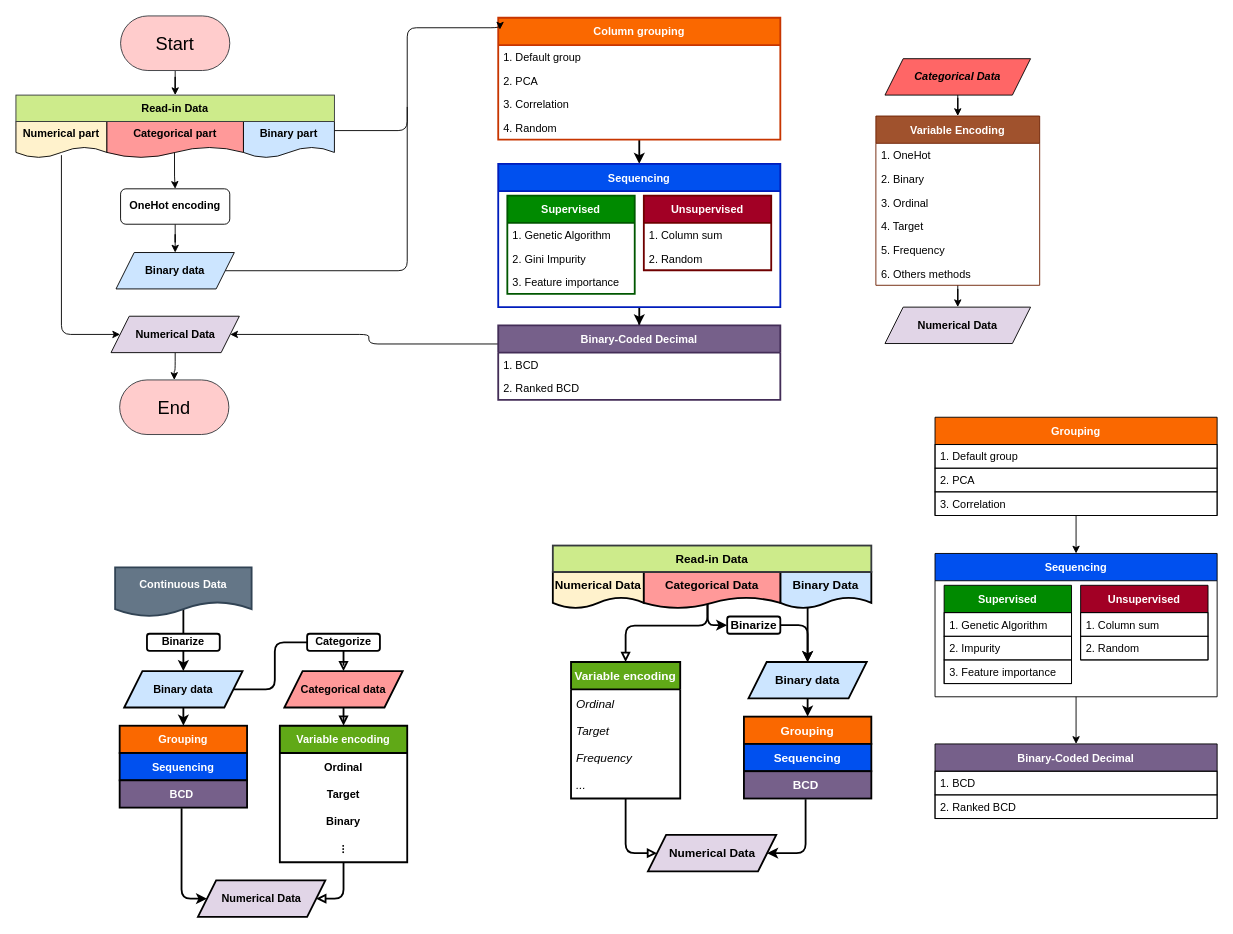
The draw.io diagram draw io/binary data encoding.drawio in R64825/NTUIIE-Research, before the edit. Source tidied: cells renumbered, new cells numbered last; positions are measured from the earlier drawing's top-left corner, leaving out a move shared by most shapes. Both pictures are drawn from the tidied source at 91%, with x=0, y=0 at pixel (15, 15).
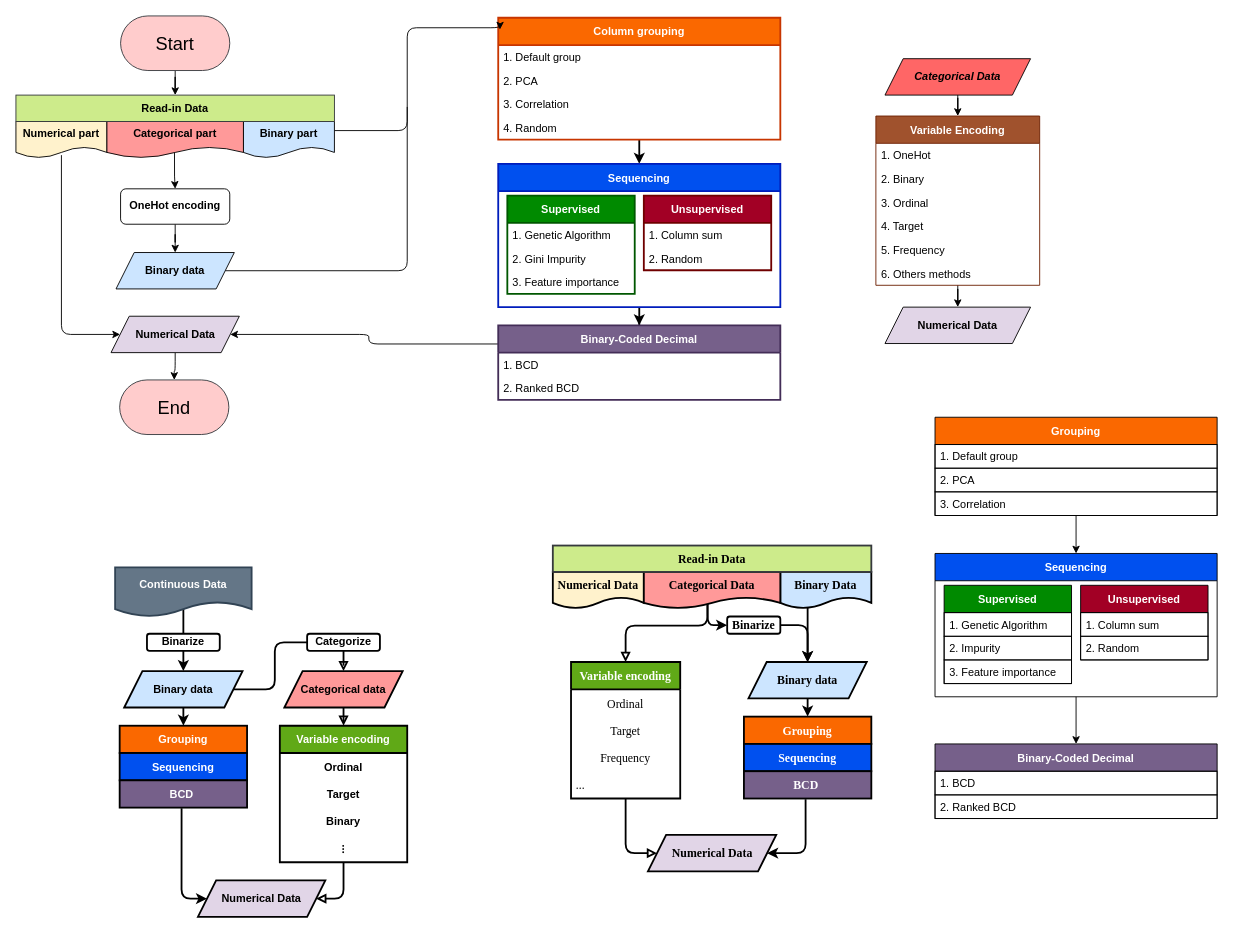
The same diagram, later.

What changed in the source:
```diff
@@
-    <mxCell id="70" value="&lt;b style=&quot;font-size: 13px;&quot;&gt;Numerical Data&lt;/b&gt;" style="shape=document;whiteSpace=wrap;html=1;boundedLbl=1;fontFamily=Helvetica;fontSize=13;fontColor=default;align=center;strokeColor=#000000;fillColor=#fff2cc;strokeWidth=2;" parent="1" vertex="1">
+    <mxCell id="70" value="&lt;b style=&quot;font-size: 13px;&quot;&gt;Numerical Data&lt;/b&gt;" style="shape=document;whiteSpace=wrap;html=1;boundedLbl=1;fontFamily=Times New Roman;fontSize=13;fontColor=default;align=center;strokeColor=#000000;fillColor=#fff2cc;strokeWidth=2;" parent="1" vertex="1">
       <mxGeometry x="590" y="611" width="100" height="40" as="geometry" />
     </mxCell>
-    <mxCell id="71" style="edgeStyle=orthogonalEdgeStyle;jettySize=auto;html=1;exitX=1;exitY=0.5;exitDx=0;exitDy=0;entryX=0.5;entryY=0;entryDx=0;entryDy=0;fontColor=#000000;strokeColor=#000000;strokeWidth=2;sketch=0;shadow=0;rounded=1;endArrow=classic;endFill=1;fontSize=13;" parent="1" edge="1" source="72" target="89">
+    <mxCell id="71" style="edgeStyle=orthogonalEdgeStyle;jettySize=auto;html=1;exitX=1;exitY=0.5;exitDx=0;exitDy=0;entryX=0.5;entryY=0;entryDx=0;entryDy=0;fontColor=#000000;strokeColor=#000000;strokeWidth=2;sketch=0;shadow=0;rounded=1;endArrow=classic;endFill=1;fontSize=13;fontFamily=Times New Roman;" parent="1" edge="1" source="72" target="89">
       <mxGeometry relative="1" as="geometry">
         <Array as="points">
           <mxPoint x="870" y="631" />
         </Array>
       </mxGeometry>
     </mxCell>
-    <mxCell id="72" value="&lt;b style=&quot;font-size: 13px;&quot;&gt;Binary Data&lt;/b&gt;" style="shape=document;whiteSpace=wrap;html=1;boundedLbl=1;fontFamily=Helvetica;fontSize=13;fontColor=default;align=center;strokeColor=default;fillColor=#cce5ff;strokeWidth=2;" parent="1" vertex="1">
+    <mxCell id="72" value="&lt;b style=&quot;font-size: 13px;&quot;&gt;Binary Data&lt;/b&gt;" style="shape=document;whiteSpace=wrap;html=1;boundedLbl=1;fontFamily=Times New Roman;fontSize=13;fontColor=default;align=center;strokeColor=default;fillColor=#cce5ff;strokeWidth=2;" parent="1" vertex="1">
       <mxGeometry x="840" y="611" width="100" height="40" as="geometry" />
     </mxCell>
-    <mxCell id="73" style="edgeStyle=orthogonalEdgeStyle;jettySize=auto;html=1;entryX=0.5;entryY=0;entryDx=0;entryDy=0;entryPerimeter=0;fontColor=#000000;startArrow=none;strokeColor=#000000;strokeWidth=2;sketch=0;shadow=0;rounded=1;endArrow=classic;endFill=1;fontSize=13;" parent="1" edge="1" source="89" target="78">
+    <mxCell id="73" style="edgeStyle=orthogonalEdgeStyle;jettySize=auto;html=1;entryX=0.5;entryY=0;entryDx=0;entryDy=0;entryPerimeter=0;fontColor=#000000;startArrow=none;strokeColor=#000000;strokeWidth=2;sketch=0;shadow=0;rounded=1;endArrow=classic;endFill=1;fontSize=13;fontFamily=Times New Roman;" parent="1" edge="1" source="89" target="78">
       <mxGeometry relative="1" as="geometry" />
     </mxCell>
-    <mxCell id="74" style="edgeStyle=orthogonalEdgeStyle;jettySize=auto;html=1;exitX=0.424;exitY=1.029;exitDx=0;exitDy=0;entryX=0.5;entryY=0;entryDx=0;entryDy=0;fontColor=#000000;strokeColor=#000000;strokeWidth=2;sketch=0;shadow=0;rounded=1;startArrow=none;startFill=0;endArrow=block;endFill=0;exitPerimeter=0;fontSize=13;" parent="1" edge="1" source="77" target="83">
+    <mxCell id="74" style="edgeStyle=orthogonalEdgeStyle;jettySize=auto;html=1;exitX=0.424;exitY=1.029;exitDx=0;exitDy=0;entryX=0.5;entryY=0;entryDx=0;entryDy=0;fontColor=#000000;strokeColor=#000000;strokeWidth=2;sketch=0;shadow=0;rounded=1;startArrow=none;startFill=0;endArrow=block;endFill=0;exitPerimeter=0;fontSize=13;fontFamily=Times New Roman;" parent="1" edge="1" source="77" target="83">
       <mxGeometry relative="1" as="geometry">
         <Array as="points">
           <mxPoint x="760" y="612" />
           <mxPoint x="760" y="670" />
           <mxPoint x="670" y="670" />
         </Array>
       </mxGeometry>
     </mxCell>
-    <mxCell id="75" style="edgeStyle=orthogonalEdgeStyle;rounded=1;sketch=0;jettySize=auto;html=1;exitX=0.75;exitY=0;exitDx=0;exitDy=0;entryX=0;entryY=0.5;entryDx=0;entryDy=0;shadow=0;labelBorderColor=default;strokeColor=#000000;strokeWidth=2;fontSize=13;fontColor=#000000;startArrow=none;startFill=0;endArrow=classic;endFill=1;" parent="1" edge="1" source="76" target="91">
+    <mxCell id="75" style="edgeStyle=orthogonalEdgeStyle;rounded=1;sketch=0;jettySize=auto;html=1;exitX=0.75;exitY=0;exitDx=0;exitDy=0;entryX=0;entryY=0.5;entryDx=0;entryDy=0;shadow=0;labelBorderColor=default;strokeColor=#000000;strokeWidth=2;fontSize=13;fontColor=#000000;startArrow=none;startFill=0;endArrow=classic;endFill=1;fontFamily=Times New Roman;" parent="1" edge="1" source="76" target="91">
       <mxGeometry relative="1" as="geometry">
         <Array as="points">
           <mxPoint x="786" y="611" />
           <mxPoint x="760" y="610" />
           <mxPoint x="760" y="670" />
         </Array>
       </mxGeometry>
     </mxCell>
-    <mxCell id="76" value="&lt;b style=&quot;font-size: 13px;&quot;&gt;Categorical Data&lt;/b&gt;" style="shape=document;whiteSpace=wrap;html=1;boundedLbl=1;fontFamily=Helvetica;fontSize=13;align=center;strokeColor=#000000;fillColor=#FF9999;strokeWidth=2;" parent="1" vertex="1">
+    <mxCell id="76" value="&lt;b style=&quot;font-size: 13px;&quot;&gt;Categorical Data&lt;/b&gt;" style="shape=document;whiteSpace=wrap;html=1;boundedLbl=1;fontFamily=Times New Roman;fontSize=13;align=center;strokeColor=#000000;fillColor=#FF9999;strokeWidth=2;" parent="1" vertex="1">
       <mxGeometry x="690" y="611" width="150" height="40" as="geometry" />
     </mxCell>
-    <mxCell id="77" value="Read-in Data" style="rounded=0;whiteSpace=wrap;html=1;strokeColor=#36393d;fillColor=#cdeb8b;fontStyle=1;strokeWidth=2;fontSize=13;" parent="1" vertex="1">
+    <mxCell id="77" value="Read-in Data" style="rounded=0;whiteSpace=wrap;html=1;strokeColor=#36393d;fillColor=#cdeb8b;fontStyle=1;strokeWidth=2;fontSize=13;fontFamily=Times New Roman;" parent="1" vertex="1">
       <mxGeometry x="590" y="582" width="350" height="29" as="geometry" />
     </mxCell>
-    <mxCell id="78" value="Grouping" style="text;strokeColor=default;fillColor=#fa6800;align=center;verticalAlign=middle;spacingLeft=4;spacingRight=4;overflow=hidden;points=[[0,0.5],[1,0.5]];portConstraint=eastwest;fontColor=#FFFFFF;fontStyle=1;strokeWidth=2;fontSize=13;" parent="1" vertex="1">
+    <mxCell id="78" value="Grouping" style="text;strokeColor=default;fillColor=#fa6800;align=center;verticalAlign=middle;spacingLeft=4;spacingRight=4;overflow=hidden;points=[[0,0.5],[1,0.5]];portConstraint=eastwest;fontColor=#FFFFFF;fontStyle=1;strokeWidth=2;fontSize=13;fontFamily=Times New Roman;" parent="1" vertex="1">
       <mxGeometry x="800" y="770" width="140" height="30" as="geometry" />
     </mxCell>
-    <mxCell id="79" value="Sequencing" style="text;strokeColor=default;fillColor=#0050ef;align=center;verticalAlign=middle;spacingLeft=4;spacingRight=4;overflow=hidden;fontColor=#ffffff;fontStyle=1;strokeWidth=2;fontSize=13;" parent="1" vertex="1">
+    <mxCell id="79" value="Sequencing" style="text;strokeColor=default;fillColor=#0050ef;align=center;verticalAlign=middle;spacingLeft=4;spacingRight=4;overflow=hidden;fontColor=#ffffff;fontStyle=1;strokeWidth=2;fontSize=13;fontFamily=Times New Roman;" parent="1" vertex="1">
       <mxGeometry x="800" y="800" width="140" height="30" as="geometry" />
     </mxCell>
-    <mxCell id="80" value="BCD " style="text;strokeColor=default;fillColor=#76608a;align=center;verticalAlign=middle;spacingLeft=4;spacingRight=4;overflow=hidden;points=[[0,0.5],[1,0.5]];portConstraint=eastwest;fontColor=#ffffff;fontStyle=1;strokeWidth=2;fontSize=13;" parent="1" vertex="1">
+    <mxCell id="80" value="BCD " style="text;strokeColor=default;fillColor=#76608a;align=center;verticalAlign=middle;spacingLeft=4;spacingRight=4;overflow=hidden;points=[[0,0.5],[1,0.5]];portConstraint=eastwest;fontColor=#ffffff;fontStyle=1;strokeWidth=2;fontSize=13;fontFamily=Times New Roman;" parent="1" vertex="1">
       <mxGeometry x="800" y="830" width="140" height="30" as="geometry" />
     </mxCell>
-    <mxCell id="81" value="&lt;span style=&quot;text-align: left; font-size: 13px;&quot;&gt;&lt;span style=&quot;font-style: normal; font-size: 13px;&quot;&gt;Numerical Data&lt;/span&gt;&lt;/span&gt;" style="shape=parallelogram;perimeter=parallelogramPerimeter;whiteSpace=wrap;html=1;fixedSize=1;fillColor=#e1d5e7;fontStyle=3;strokeColor=#000000;strokeWidth=2;fontSize=13;" parent="1" vertex="1">
+    <mxCell id="81" value="&lt;span style=&quot;text-align: left; font-size: 13px;&quot;&gt;&lt;span style=&quot;font-style: normal; font-size: 13px;&quot;&gt;Numerical Data&lt;/span&gt;&lt;/span&gt;" style="shape=parallelogram;perimeter=parallelogramPerimeter;whiteSpace=wrap;html=1;fixedSize=1;fillColor=#e1d5e7;fontStyle=3;strokeColor=#000000;strokeWidth=2;fontSize=13;fontFamily=Times New Roman;" parent="1" vertex="1">
       <mxGeometry x="694.5" y="900" width="141" height="40" as="geometry" />
     </mxCell>
-    <mxCell id="82" style="edgeStyle=orthogonalEdgeStyle;jettySize=auto;html=1;fontColor=#000000;entryX=0;entryY=0.5;entryDx=0;entryDy=0;strokeColor=#000000;strokeWidth=2;sketch=0;shadow=0;rounded=1;startArrow=none;startFill=0;endArrow=block;endFill=0;fontSize=13;" parent="1" edge="1" source="83" target="81">
+    <mxCell id="82" style="edgeStyle=orthogonalEdgeStyle;jettySize=auto;html=1;fontColor=#000000;entryX=0;entryY=0.5;entryDx=0;entryDy=0;strokeColor=#000000;strokeWidth=2;sketch=0;shadow=0;rounded=1;startArrow=none;startFill=0;endArrow=block;endFill=0;fontSize=13;fontFamily=Times New Roman;" parent="1" edge="1" source="83" target="81">
       <mxGeometry relative="1" as="geometry">
         <Array as="points">
           <mxPoint x="670" y="920" />
         </Array>
       </mxGeometry>
     </mxCell>
-    <mxCell id="83" value="Variable encoding" style="swimlane;fontStyle=1;horizontal=1;startSize=30;fillColor=#60a917;fontColor=#ffffff;strokeColor=#000000;strokeWidth=2;fontSize=13;" parent="1" vertex="1">
+    <mxCell id="83" value="Variable encoding" style="swimlane;fontStyle=1;horizontal=1;startSize=30;fillColor=#60a917;fontColor=#ffffff;strokeColor=#000000;strokeWidth=2;fontSize=13;fontFamily=Times New Roman;" parent="1" vertex="1">
       <mxGeometry x="610" y="710" width="120" height="150" as="geometry" />
     </mxCell>
-    <mxCell id="84" value="Ordinal" style="text;strokeColor=none;fillColor=none;align=left;verticalAlign=middle;spacingLeft=4;spacingRight=4;overflow=hidden;fontColor=#000000;fontSize=13;fontStyle=2;strokeWidth=2;" parent="83" vertex="1">
+    <mxCell id="84" value="Ordinal" style="text;strokeColor=none;fillColor=none;align=center;verticalAlign=middle;spacingLeft=4;spacingRight=4;overflow=hidden;fontColor=#000000;fontSize=13;fontStyle=0;strokeWidth=2;fontFamily=Times New Roman;" parent="83" vertex="1">
       <mxGeometry y="30" width="120" height="30" as="geometry" />
     </mxCell>
-    <mxCell id="85" value="Target" style="text;strokeColor=none;fillColor=none;align=left;verticalAlign=middle;spacingLeft=4;spacingRight=4;overflow=hidden;fontColor=#000000;fontSize=13;fontStyle=2;strokeWidth=2;" parent="83" vertex="1">
+    <mxCell id="85" value="Target" style="text;strokeColor=none;fillColor=none;align=center;verticalAlign=middle;spacingLeft=4;spacingRight=4;overflow=hidden;fontColor=#000000;fontSize=13;fontStyle=0;strokeWidth=2;fontFamily=Times New Roman;" parent="83" vertex="1">
       <mxGeometry y="60" width="120" height="30" as="geometry" />
     </mxCell>
-    <mxCell id="86" value="Frequency" style="text;strokeColor=none;fillColor=none;align=left;verticalAlign=middle;spacingLeft=4;spacingRight=4;overflow=hidden;fontColor=#000000;fontSize=13;fontStyle=2;strokeWidth=2;" parent="83" vertex="1">
+    <mxCell id="86" value="Frequency" style="text;strokeColor=none;fillColor=none;align=center;verticalAlign=middle;spacingLeft=4;spacingRight=4;overflow=hidden;fontColor=#000000;fontSize=13;fontStyle=0;strokeWidth=2;fontFamily=Times New Roman;" parent="83" vertex="1">
       <mxGeometry y="90" width="120" height="30" as="geometry" />
     </mxCell>
-    <mxCell id="87" value="..." style="text;strokeColor=none;fillColor=none;align=left;verticalAlign=middle;spacingLeft=4;spacingRight=4;overflow=hidden;fontColor=#000000;fontSize=13;fontStyle=2;strokeWidth=2;" parent="83" vertex="1">
+    <mxCell id="87" value="..." style="text;strokeColor=none;fillColor=none;align=left;verticalAlign=middle;spacingLeft=4;spacingRight=4;overflow=hidden;fontColor=#000000;fontSize=13;fontStyle=2;strokeWidth=2;fontFamily=Times New Roman;" parent="83" vertex="1">
       <mxGeometry y="120" width="120" height="30" as="geometry" />
     </mxCell>
-    <mxCell id="88" style="edgeStyle=orthogonalEdgeStyle;jettySize=auto;html=1;entryX=1;entryY=0.5;entryDx=0;entryDy=0;fontColor=#000000;exitX=0.484;exitY=1.022;exitDx=0;exitDy=0;exitPerimeter=0;strokeColor=#000000;strokeWidth=2;sketch=0;shadow=0;rounded=1;endArrow=classic;endFill=1;fontSize=13;" parent="1" edge="1" source="80" target="81">
+    <mxCell id="88" style="edgeStyle=orthogonalEdgeStyle;jettySize=auto;html=1;entryX=1;entryY=0.5;entryDx=0;entryDy=0;fontColor=#000000;exitX=0.484;exitY=1.022;exitDx=0;exitDy=0;exitPerimeter=0;strokeColor=#000000;strokeWidth=2;sketch=0;shadow=0;rounded=1;endArrow=classic;endFill=1;fontSize=13;fontFamily=Times New Roman;" parent="1" edge="1" source="80" target="81">
       <mxGeometry relative="1" as="geometry">
         <Array as="points">
           <mxPoint x="868" y="920" />
         </Array>
       </mxGeometry>
     </mxCell>
-    <mxCell id="89" value="Binary data" style="shape=parallelogram;perimeter=parallelogramPerimeter;whiteSpace=wrap;html=1;fixedSize=1;fillColor=#cce5ff;fontStyle=1;strokeWidth=2;fontSize=13;" parent="1" vertex="1">
+    <mxCell id="89" value="Binary data" style="shape=parallelogram;perimeter=parallelogramPerimeter;whiteSpace=wrap;html=1;fixedSize=1;fillColor=#cce5ff;fontStyle=1;strokeWidth=2;fontSize=13;fontFamily=Times New Roman;" parent="1" vertex="1">
       <mxGeometry x="805" y="710" width="130" height="40" as="geometry" />
     </mxCell>
-    <mxCell id="90" style="edgeStyle=orthogonalEdgeStyle;rounded=1;sketch=0;jettySize=auto;html=1;entryX=0.5;entryY=0;entryDx=0;entryDy=0;shadow=0;labelBorderColor=default;strokeColor=#000000;strokeWidth=2;fontSize=13;fontColor=#000000;startArrow=none;startFill=0;endArrow=classic;endFill=1;" parent="1" edge="1" source="91" target="89">
+    <mxCell id="90" style="edgeStyle=orthogonalEdgeStyle;rounded=1;sketch=0;jettySize=auto;html=1;entryX=0.5;entryY=0;entryDx=0;entryDy=0;shadow=0;labelBorderColor=default;strokeColor=#000000;strokeWidth=2;fontSize=13;fontColor=#000000;startArrow=none;startFill=0;endArrow=classic;endFill=1;fontFamily=Times New Roman;" parent="1" edge="1" source="91" target="89">
       <mxGeometry relative="1" as="geometry">
         <Array as="points">
           <mxPoint x="870" y="669" />
         </Array>
       </mxGeometry>
     </mxCell>
-    <mxCell id="91" value="Binarize" style="rounded=1;whiteSpace=wrap;html=1;fontSize=13;glass=0;strokeWidth=2;shadow=0;fontStyle=1;" parent="1" vertex="1">
+    <mxCell id="91" value="Binarize" style="rounded=1;whiteSpace=wrap;html=1;fontSize=13;glass=0;strokeWidth=2;shadow=0;fontStyle=1;fontFamily=Times New Roman;" parent="1" vertex="1">
       <mxGeometry x="781.6" y="660" width="58.4" height="18.9" as="geometry" />
     </mxCell>
```
